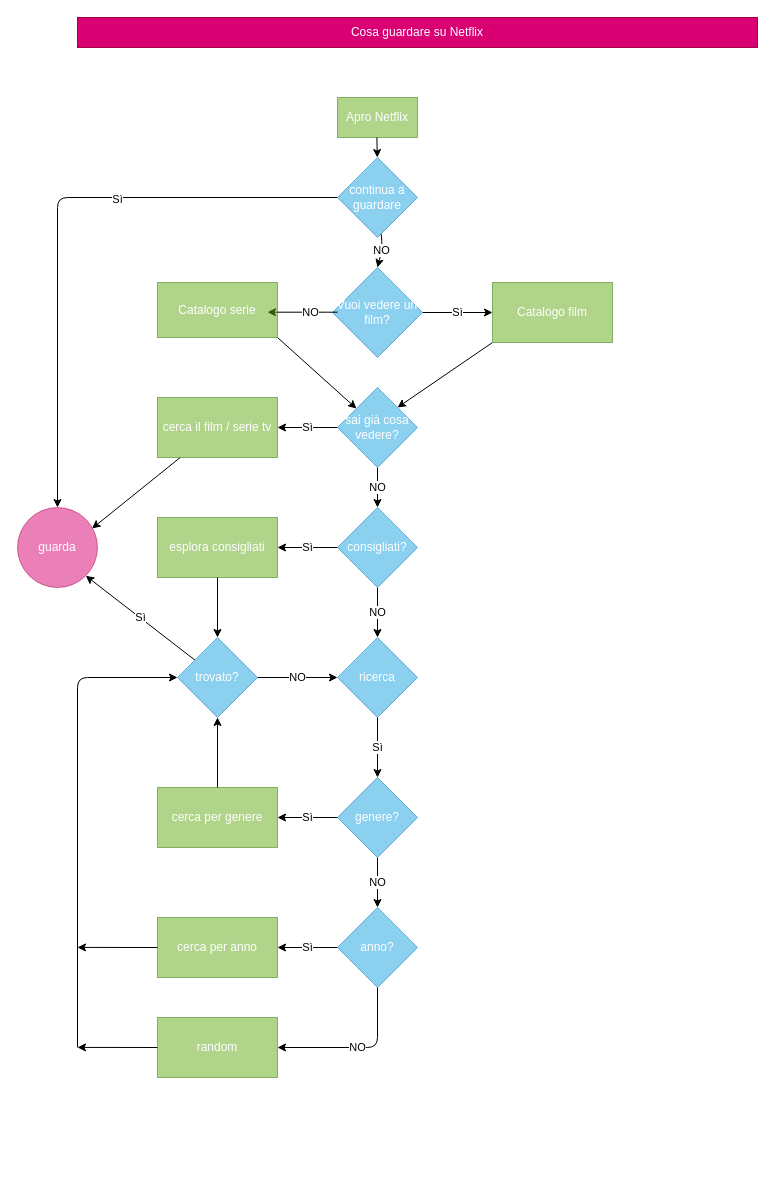
The draw.io diagram schema.drawio in DSlundro/human-code, before the edit. Source tidied: cells renumbered, new cells numbered last; positions are measured from the earlier drawing's top-left corner, leaving out a move shared by most shapes. Both pictures are drawn from the tidied source at 100%, with x=0, y=0 at pixel (17, 17).
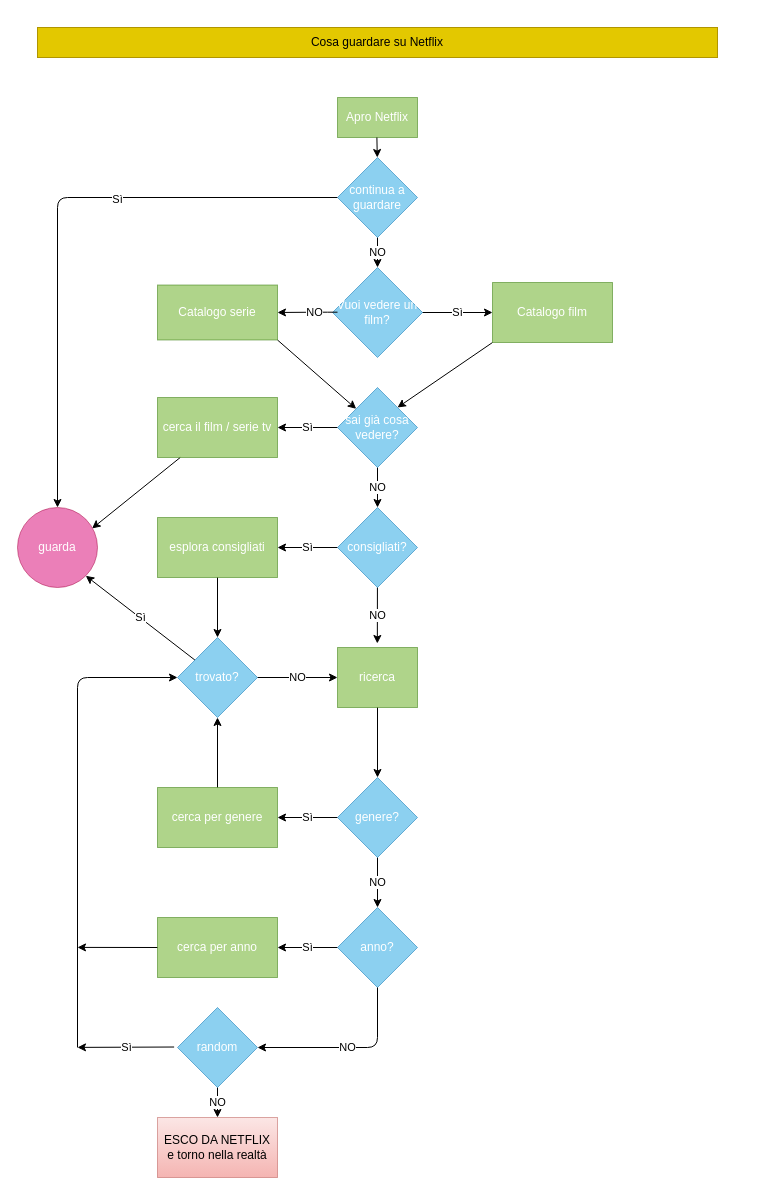
The same page after the edit.

Unchanged cells that the change refers to:
```xml
<mxCell id="15" value="continua a guardare" style="rhombus;whiteSpace=wrap;html=1;fillColor=#1ba1e2;fontColor=#ffffff;strokeColor=#006EAF;opacity=50;" parent="1" vertex="1">
  <mxGeometry x="320" y="140" width="80" height="80" as="geometry" />
</mxCell>
<mxCell id="19" value="consigliati?" style="rhombus;whiteSpace=wrap;html=1;fillColor=#1ba1e2;fontColor=#ffffff;strokeColor=#006EAF;opacity=50;" parent="1" vertex="1">
  <mxGeometry x="320" y="490" width="80" height="80" as="geometry" />
</mxCell>
<mxCell id="30" value="trovato?" style="rhombus;whiteSpace=wrap;html=1;fillColor=#1ba1e2;fontColor=#ffffff;strokeColor=#006EAF;opacity=50;" parent="1" vertex="1">
  <mxGeometry x="160" y="620" width="80" height="80" as="geometry" />
</mxCell>
<mxCell id="33" value="genere?" style="rhombus;whiteSpace=wrap;html=1;fillColor=#1ba1e2;fontColor=#ffffff;strokeColor=#006EAF;opacity=50;" parent="1" vertex="1">
  <mxGeometry x="320" y="760" width="80" height="80" as="geometry" />
</mxCell>
```

Change to the diagram source:
```diff
@@
-    <mxCell id="2" value="Cosa guardare su Netflix" style="rounded=0;whiteSpace=wrap;html=1;fillColor=#d80073;fontColor=#ffffff;strokeColor=#A50040;" parent="1" vertex="1">
-      <mxGeometry x="60" width="680" height="30" as="geometry" />
+    <mxCell id="2" value="Cosa guardare su Netflix" style="rounded=0;whiteSpace=wrap;html=1;fillColor=#e3c800;fontColor=#000000;strokeColor=#B09500;" parent="1" vertex="1">
+      <mxGeometry x="20" y="10" width="680" height="30" as="geometry" />
     </mxCell>
@@
-    <mxCell id="8" style="endArrow=classic;html=1;" parent="1" edge="1">
+    <mxCell id="8" style="endArrow=classic;html=1;entryX=1;entryY=0.5;entryDx=0;entryDy=0;" parent="1" edge="1" target="11">
       <mxGeometry relative="1" as="geometry">
         <mxPoint x="320" y="294.7" as="sourcePoint" />
-        <mxPoint x="250" y="294.7" as="targetPoint" />
         <Array as="points">
           <mxPoint x="300" y="294.7" />
         </Array>
       </mxGeometry>
     </mxCell>
@@
     <mxCell id="11" value="Catalogo serie" style="rounded=0;whiteSpace=wrap;html=1;fillColor=#60a917;fontColor=#ffffff;strokeColor=#2D7600;opacity=50;" parent="1" vertex="1">
-      <mxGeometry x="140" y="265" width="120" height="55" as="geometry" />
+      <mxGeometry x="140" y="267.5" width="120" height="55" as="geometry" />
     </mxCell>
     <mxCell id="12" value="NO" style="edgeStyle=none;html=1;" parent="1" edge="1" source="15">
       <mxGeometry relative="1" as="geometry">
         <mxPoint x="360" y="250" as="targetPoint" />
-        <Array as="points">
-          <mxPoint x="365" y="230" />
-        </Array>
       </mxGeometry>
     </mxCell>
@@
-    <mxCell id="18" value="NO" style="edgeStyle=none;html=1;" parent="1" edge="1" source="19">
-      <mxGeometry relative="1" as="geometry">
-        <mxPoint x="360" y="620" as="targetPoint" />
-      </mxGeometry>
+    <mxCell id="18" value="NO" style="edgeStyle=none;html=1;entryX=0.498;entryY=-0.067;entryDx=0;entryDy=0;entryPerimeter=0;" parent="1" edge="1" source="19" target="38">
+      <mxGeometry relative="1" as="geometry" />
     </mxCell>
@@
-    <mxCell id="27" value="Sì" style="edgeStyle=none;html=1;exitX=0.5;exitY=1;exitDx=0;exitDy=0;entryX=0.5;entryY=0;entryDx=0;entryDy=0;startArrow=none;" parent="1" edge="1" source="38" target="33">
-      <mxGeometry relative="1" as="geometry" />
-    </mxCell>
-    <mxCell id="28" value="NO" style="edgeStyle=none;html=1;entryX=0;entryY=0.5;entryDx=0;entryDy=0;" parent="1" edge="1" source="30" target="38">
-      <mxGeometry relative="1" as="geometry" />
+    <mxCell id="28" value="NO" style="edgeStyle=none;html=1;entryX=0;entryY=0.5;entryDx=0;entryDy=0;" parent="1" edge="1" source="30">
+      <mxGeometry relative="1" as="geometry">
+        <mxPoint x="320" y="660" as="targetPoint" />
+      </mxGeometry>
     </mxCell>
@@
-    <mxCell id="38" value="ricerca" style="rhombus;whiteSpace=wrap;html=1;fillColor=#1ba1e2;fontColor=#ffffff;strokeColor=#006EAF;opacity=50;" parent="1" vertex="1">
-      <mxGeometry x="320" y="620" width="80" height="80" as="geometry" />
-    </mxCell>
@@
-    <mxCell id="42" style="edgeStyle=none;html=1;exitX=0;exitY=0.5;exitDx=0;exitDy=0;" parent="1" edge="1" source="43">
+    <mxCell id="42" value="Sì" style="edgeStyle=none;html=1;exitX=-0.042;exitY=0.494;exitDx=0;exitDy=0;exitPerimeter=0;" parent="1" edge="1" source="43">
       <mxGeometry relative="1" as="geometry">
         <mxPoint x="60" y="1029.9" as="targetPoint" />
       </mxGeometry>
     </mxCell>
-    <mxCell id="43" value="random" style="rounded=0;whiteSpace=wrap;html=1;opacity=50;fillColor=#60a917;fontColor=#ffffff;strokeColor=#2D7600;" parent="1" vertex="1">
-      <mxGeometry x="140" y="1000" width="120" height="60" as="geometry" />
-    </mxCell>
@@
+    <mxCell id="46" value="NO" style="edgeStyle=none;html=1;exitX=0.5;exitY=1;exitDx=0;exitDy=0;entryX=0.5;entryY=0;entryDx=0;entryDy=0;" parent="1" edge="1" source="43" target="47">
+      <mxGeometry relative="1" as="geometry" />
+    </mxCell>
+    <mxCell id="43" value="random" style="rhombus;whiteSpace=wrap;html=1;strokeColor=#006EAF;opacity=50;fillColor=#1ba1e2;fontColor=#ffffff;" parent="1" vertex="1">
+      <mxGeometry x="160" y="990" width="80" height="80" as="geometry" />
+    </mxCell>
+    <mxCell id="47" value="ESCO DA NETFLIX&lt;br&gt;e torno nella realtà" style="rounded=0;whiteSpace=wrap;html=1;strokeColor=#b85450;opacity=50;fillColor=#f8cecc;gradientColor=#ea6b66;" parent="1" vertex="1">
+      <mxGeometry x="140" y="1100" width="120" height="60" as="geometry" />
+    </mxCell>
+    <mxCell id="27" style="edgeStyle=none;html=1;exitX=0.5;exitY=1;exitDx=0;exitDy=0;entryX=0.5;entryY=0;entryDx=0;entryDy=0;" parent="1" edge="1" source="38" target="33">
+      <mxGeometry relative="1" as="geometry" />
+    </mxCell>
+    <mxCell id="38" value="ricerca" style="rounded=0;whiteSpace=wrap;html=1;strokeColor=#2D7600;opacity=50;fillColor=#60a917;fontColor=#ffffff;" parent="1" vertex="1">
+      <mxGeometry x="320" y="630" width="80" height="60" as="geometry" />
+    </mxCell>
```
